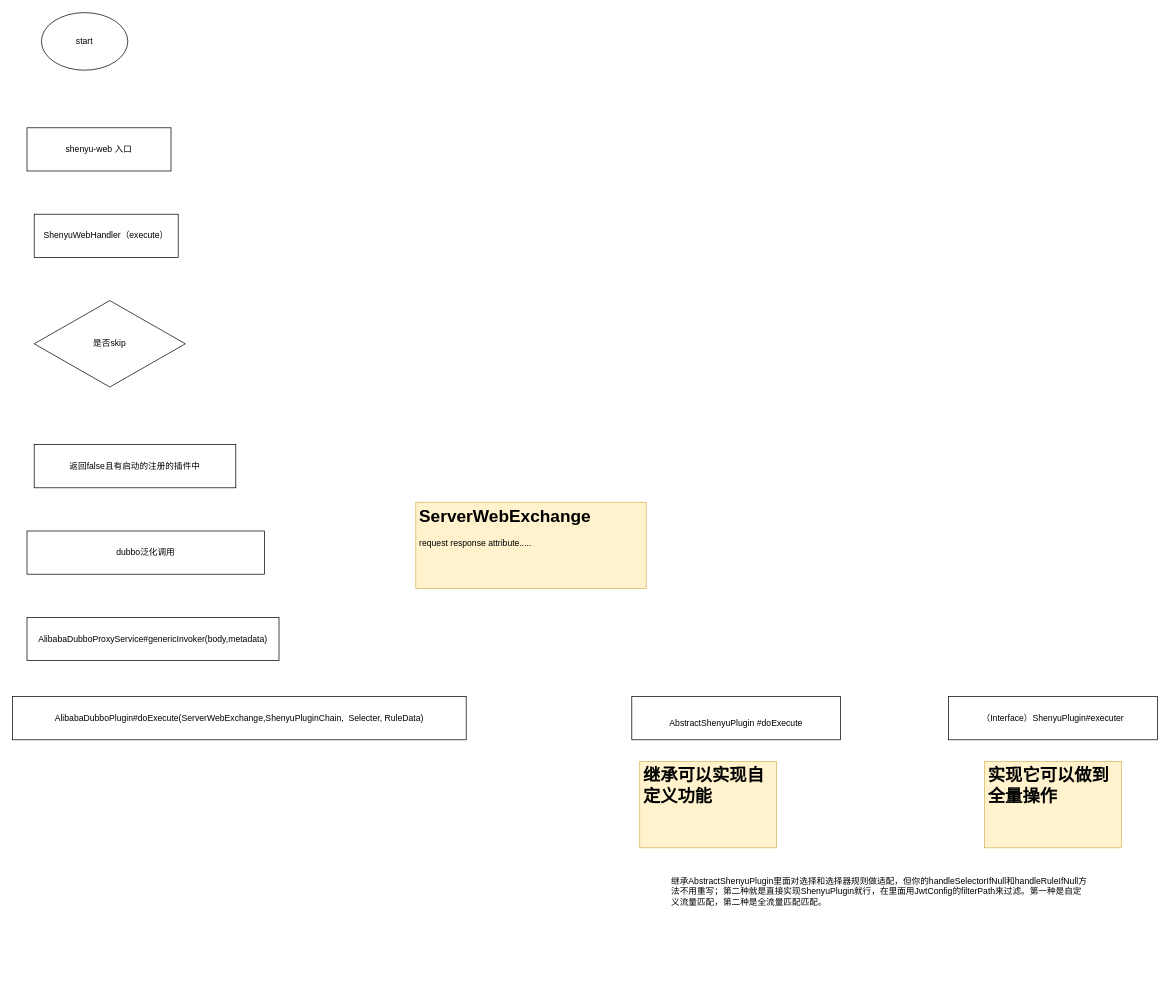
FocusZhouGD/drawprogram keeps this draw.io diagram as Shenye.drawio. Above is the earlier version. Source tidied: cells renumbered, new cells numbered last; positions are measured from the earlier drawing's top-left corner, leaving out a move shared by most shapes. Both pictures are drawn from the tidied source at 72%, with x=0, y=0 at pixel (12, 12).
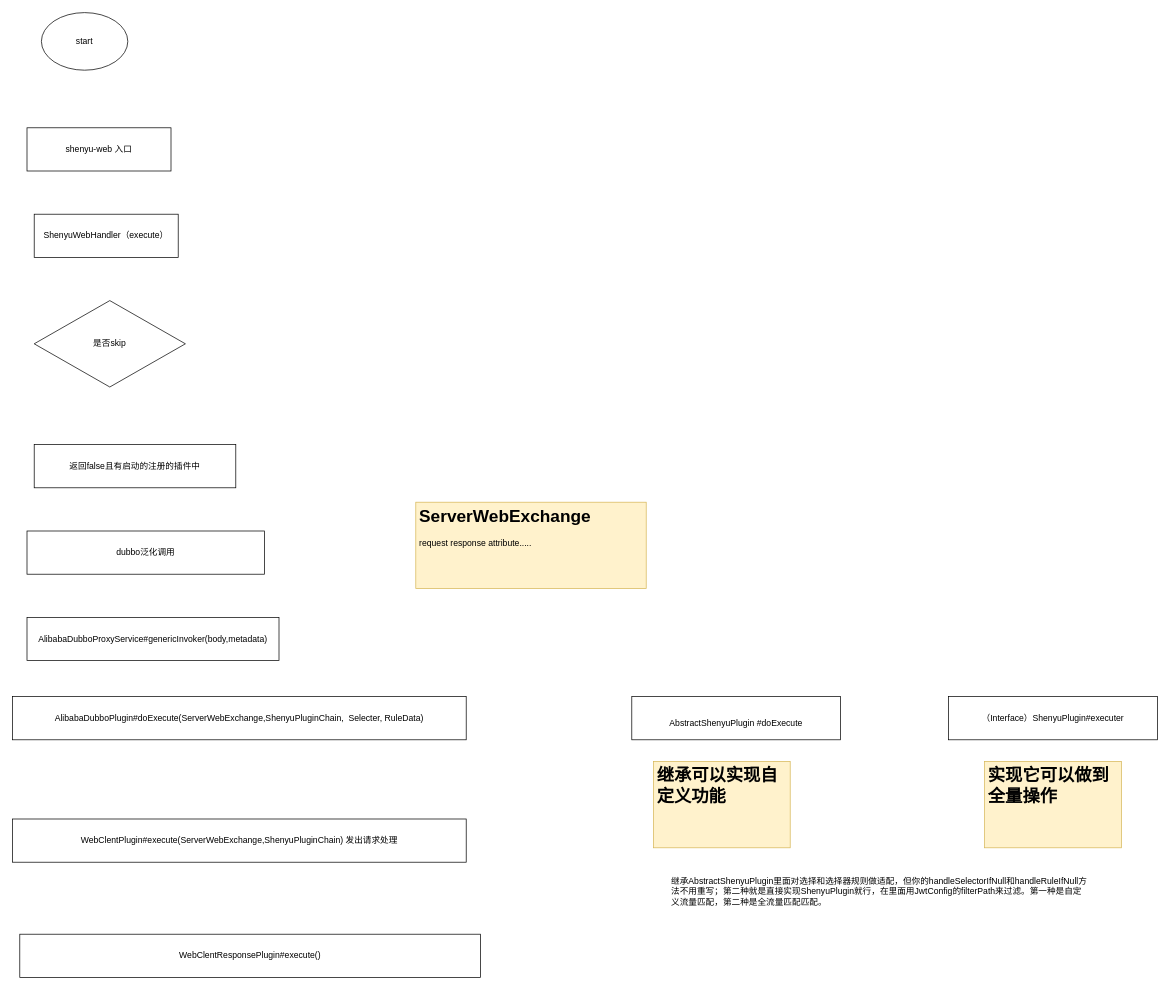
The same page after the edit.

The edit, as a diff of the source:
```diff
@@
 <mxGraphModel>
   <root>
     <mxCell id="0" />
     <mxCell id="1" parent="0" />
     <mxCell id="2" value="start" style="ellipse;whiteSpace=wrap;html=1;" parent="1" vertex="1">
       <mxGeometry x="40" width="120" height="80" as="geometry" />
     </mxCell>
     <mxCell id="3" value="shenyu-web 入口" style="rounded=0;whiteSpace=wrap;html=1;" parent="1" vertex="1">
       <mxGeometry x="20" y="160" width="200" height="60" as="geometry" />
     </mxCell>
     <mxCell id="4" value="ShenyuWebHandler（execute）" style="rounded=0;whiteSpace=wrap;html=1;" parent="1" vertex="1">
       <mxGeometry x="30" y="280" width="200" height="60" as="geometry" />
     </mxCell>
     <mxCell id="5" value="是否skip" style="rhombus;whiteSpace=wrap;html=1;" parent="1" vertex="1">
       <mxGeometry x="30" y="400" width="210" height="120" as="geometry" />
     </mxCell>
     <mxCell id="6" value="返回false且有启动的注册的插件中" style="rounded=0;whiteSpace=wrap;html=1;" parent="1" vertex="1">
       <mxGeometry x="30" y="600" width="280" height="60" as="geometry" />
     </mxCell>
     <mxCell id="7" value="dubbo泛化调用" style="rounded=0;whiteSpace=wrap;html=1;" parent="1" vertex="1">
       <mxGeometry x="20" y="720" width="330" height="60" as="geometry" />
     </mxCell>
     <mxCell id="8" value="AlibabaDubboProxyService#genericInvoker(body,metadata)" style="rounded=0;whiteSpace=wrap;html=1;" parent="1" vertex="1">
       <mxGeometry x="20" y="840" width="350" height="60" as="geometry" />
     </mxCell>
     <mxCell id="9" value="AlibabaDubboPlugin#doExecute(ServerWebExchange,ShenyuPluginChain,&amp;nbsp; Selecter, RuleData)" style="rounded=0;whiteSpace=wrap;html=1;" parent="1" vertex="1">
       <mxGeometry y="950" width="630" height="60" as="geometry" />
     </mxCell>
     <mxCell id="10" value="&lt;h1&gt;ServerWebExchange&lt;/h1&gt;&lt;div&gt;request response attribute.....&lt;/div&gt;" style="text;html=1;strokeColor=#d6b656;fillColor=#fff2cc;spacing=5;spacingTop=-20;whiteSpace=wrap;overflow=hidden;rounded=0;" parent="1" vertex="1">
       <mxGeometry x="560" y="680" width="320" height="120" as="geometry" />
     </mxCell>
     <mxCell id="11" value="&lt;br&gt;AbstractShenyuPlugin #doExecute" style="rounded=0;whiteSpace=wrap;html=1;" parent="1" vertex="1">
       <mxGeometry x="860" y="950" width="290" height="60" as="geometry" />
     </mxCell>
     <mxCell id="12" value="（Interface）ShenyuPlugin#executer" style="rounded=0;whiteSpace=wrap;html=1;" parent="1" vertex="1">
       <mxGeometry x="1300" y="950" width="290" height="60" as="geometry" />
     </mxCell>
     <mxCell id="13" value="&lt;h1&gt;继承可以实现自定义功能&lt;/h1&gt;" style="text;html=1;strokeColor=#d6b656;fillColor=#fff2cc;spacing=5;spacingTop=-20;whiteSpace=wrap;overflow=hidden;rounded=0;" parent="1" vertex="1">
-      <mxGeometry x="871" y="1040" width="190" height="120" as="geometry" />
+      <mxGeometry x="890" y="1040" width="190" height="120" as="geometry" />
     </mxCell>
     <mxCell id="14" value="&lt;h1&gt;实现它可以做到全量操作&lt;/h1&gt;" style="text;html=1;strokeColor=#d6b656;fillColor=#fff2cc;spacing=5;spacingTop=-20;whiteSpace=wrap;overflow=hidden;rounded=0;" parent="1" vertex="1">
       <mxGeometry x="1350" y="1040" width="190" height="120" as="geometry" />
     </mxCell>
     <mxCell id="15" value="继承AbstractShenyuPlugin里面对选择和选择器规则做适配，但你的handleSelectorIfNull和handleRuleIfNull方法不用重写；第二种就是直接实现ShenyuPlugin就行，在里面用JwtConfig的filterPath来过滤。第一种是自定义流量匹配，第二种是全流量匹配匹配。" style="text;html=1;strokeColor=none;fillColor=none;spacing=5;spacingTop=-20;whiteSpace=wrap;overflow=hidden;rounded=0;" parent="1" vertex="1">
       <mxGeometry x="910" y="1210" width="590" height="150" as="geometry" />
     </mxCell>
+    <mxCell id="16" value="WebClentPlugin#execute(ServerWebExchange,ShenyuPluginChain) 发出请求处理" style="rounded=0;whiteSpace=wrap;html=1;" parent="1" vertex="1">
+      <mxGeometry y="1120" width="630" height="60" as="geometry" />
+    </mxCell>
+    <mxCell id="17" value="WebClentResponsePlugin#execute()" style="rounded=0;whiteSpace=wrap;html=1;" parent="1" vertex="1">
+      <mxGeometry x="10" y="1280" width="640" height="60" as="geometry" />
+    </mxCell>
   </root>
 </mxGraphModel>
```
